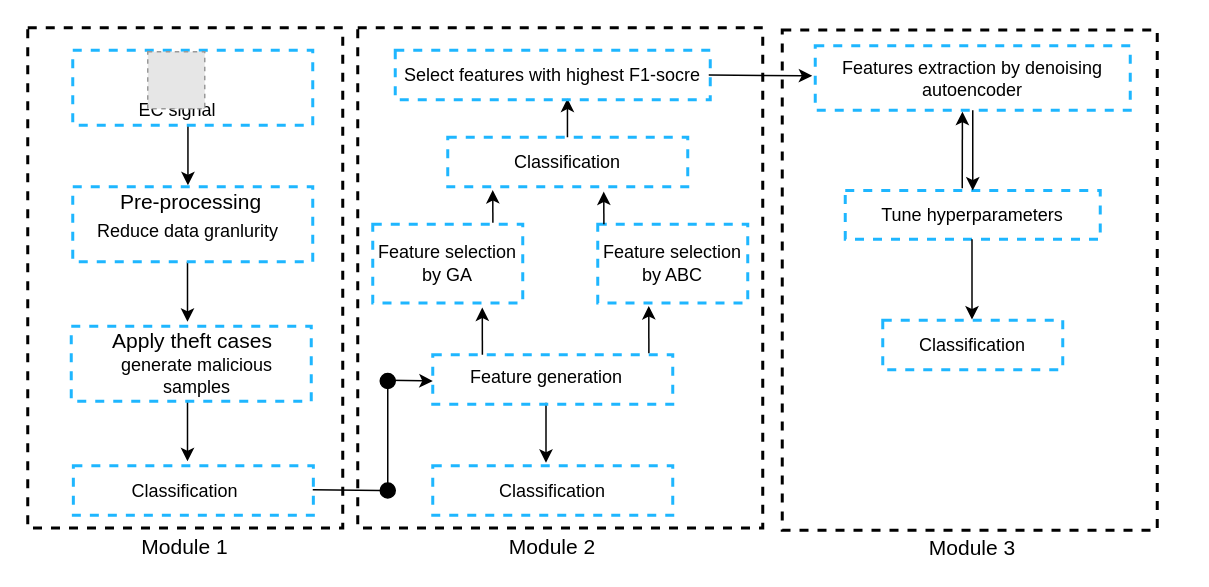
Earlier version of the draw.io diagram j2_systemModel.drawio (Faisalse/j1_smartgrid). Source tidied: cells renumbered, new cells numbered last; positions are measured from the earlier drawing's top-left corner, leaving out a move shared by most shapes. Both pictures are drawn from the tidied source at 150%, with x=0, y=0 at pixel (27, 27). Pictures stored in the file or linked from it are replaced by grey dashed boxes.
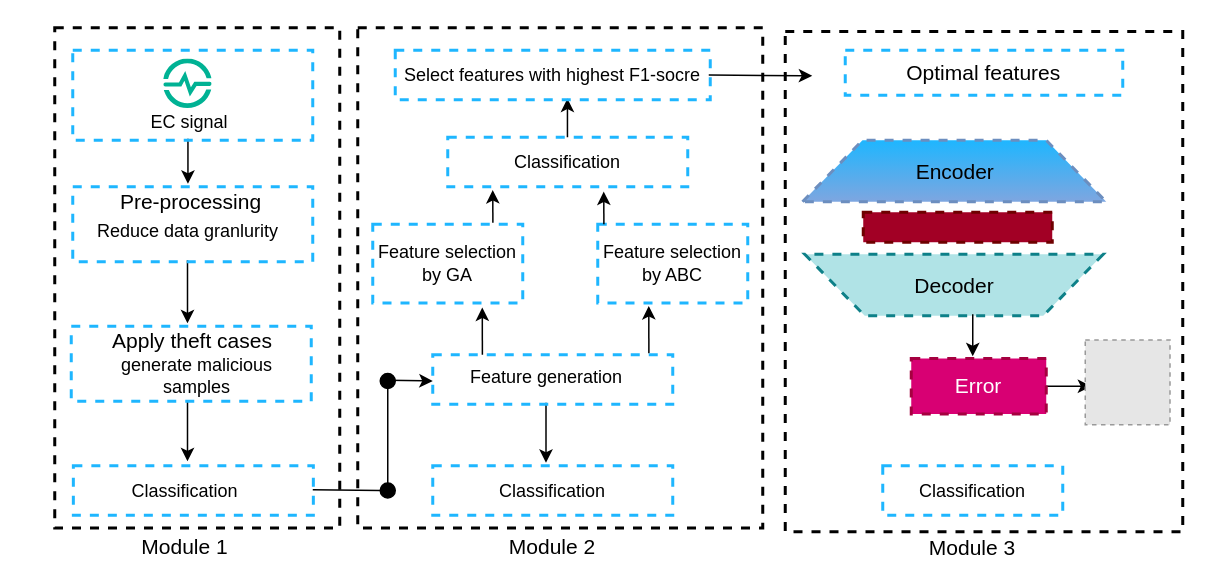
After the change.

What changed in the source:
```diff
@@
+    <mxCell id="4" style="rounded=0;whiteSpace=wrap;html=1;strokeWidth=2;fillColor=none;dashed=1;" parent="1" vertex="1">
+      <mxGeometry x="505" y="2.5" width="265" height="333.5" as="geometry" />
+    </mxCell>
+    <mxCell id="49" style="endArrow=classic;html=1;" parent="1" edge="1">
+      <mxGeometry relative="1" as="geometry">
+        <mxPoint x="674" y="239" as="sourcePoint" />
+        <mxPoint x="709" y="239" as="targetPoint" />
+      </mxGeometry>
+    </mxCell>
     <mxCell id="2" style="rounded=0;whiteSpace=wrap;html=1;strokeWidth=2;fillColor=none;dashed=1;" parent="1" vertex="1">
-      <mxGeometry width="210" height="333.5" as="geometry" />
+      <mxGeometry x="18" width="190" height="333.5" as="geometry" />
     </mxCell>
+    <mxCell id="8" style="endArrow=classic;html=1;" parent="1" edge="1">
+      <mxGeometry relative="1" as="geometry">
+        <mxPoint x="106.8" y="74" as="sourcePoint" />
+        <mxPoint x="106.8" y="104" as="targetPoint" />
+      </mxGeometry>
+    </mxCell>
@@
-    <mxCell id="4" style="rounded=0;whiteSpace=wrap;html=1;strokeWidth=2;fillColor=none;dashed=1;" parent="1" vertex="1">
-      <mxGeometry x="503" y="1.5" width="250" height="333.5" as="geometry" />
-    </mxCell>
@@
-    <mxCell id="8" style="endArrow=classic;html=1;" parent="1" edge="1">
-      <mxGeometry relative="1" as="geometry">
-        <mxPoint x="106.8" y="65" as="sourcePoint" />
-        <mxPoint x="106.8" y="105" as="targetPoint" />
-      </mxGeometry>
-    </mxCell>
     <mxCell id="9" style="endArrow=classic;html=1;" parent="1" edge="1">
       <mxGeometry relative="1" as="geometry">
-        <mxPoint x="106.5" y="156" as="sourcePoint" />
-        <mxPoint x="106.5" y="196" as="targetPoint" />
+        <mxPoint x="106.5" y="155" as="sourcePoint" />
+        <mxPoint x="106.5" y="197" as="targetPoint" />
       </mxGeometry>
     </mxCell>
@@
     <mxCell id="12" style="rounded=0;whiteSpace=wrap;html=1;dashed=1;strokeWidth=2;fillColor=none;strokeColor=#1EB6FF;" parent="1" vertex="1">
-      <mxGeometry x="30" y="15" width="160" height="50" as="geometry" />
+      <mxGeometry x="30" y="15" width="160" height="60" as="geometry" />
     </mxCell>
     <mxCell id="13" value="EC signal" style="text;html=1;strokeColor=none;fillColor=none;align=center;verticalAlign=middle;whiteSpace=wrap;rounded=0;dashed=1;" parent="1" vertex="1">
-      <mxGeometry x="65" y="45" width="70" height="20" as="geometry" />
+      <mxGeometry x="73" y="53" width="70" height="20" as="geometry" />
     </mxCell>
-    <mxCell id="14" style="fillColor=#E6E6E6;strokeColor=#999999;dashed=1;html=1;verticalAlign=top;verticalLabelPosition=bottom;labelBackgroundColor=#ffffff;" parent="1" vertex="1">
-      <mxGeometry x="80" y="16" width="38" height="38" as="geometry" />
-    </mxCell>
@@
-    <mxCell id="39" value="Features extraction by denoising autoencoder" style="rounded=0;whiteSpace=wrap;html=1;dashed=1;strokeWidth=2;fillColor=none;strokeColor=#1EB6FF;" parent="1" vertex="1">
-      <mxGeometry x="525" y="12" width="210" height="43" as="geometry" />
+    <mxCell id="39" value="&lt;span style=&quot;font-size: 14px&quot;&gt;Optimal features&lt;/span&gt;" style="rounded=0;whiteSpace=wrap;html=1;dashed=1;strokeWidth=2;fillColor=none;strokeColor=#1EB6FF;" parent="1" vertex="1">
+      <mxGeometry x="545" y="15" width="185" height="30" as="geometry" />
     </mxCell>
-    <mxCell id="40" value="Tune hyperparameters" style="rounded=0;whiteSpace=wrap;html=1;dashed=1;strokeWidth=2;fillColor=none;strokeColor=#1EB6FF;" parent="1" vertex="1">
-      <mxGeometry x="545" y="108.5" width="170" height="32.5" as="geometry" />
-    </mxCell>
     <mxCell id="41" value="Classification" style="rounded=0;whiteSpace=wrap;html=1;dashed=1;strokeWidth=2;fillColor=none;strokeColor=#1EB6FF;" parent="1" vertex="1">
-      <mxGeometry x="570" y="195" width="120" height="33" as="geometry" />
+      <mxGeometry x="570" y="292" width="120" height="33" as="geometry" />
     </mxCell>
-    <mxCell id="42" style="endArrow=classic;html=1;entryX=0.5;entryY=0;entryDx=0;entryDy=0;" parent="1" edge="1" source="39" target="40">
-      <mxGeometry relative="1" as="geometry" />
-    </mxCell>
-    <mxCell id="43" style="endArrow=classic;html=1;entryX=0.5;entryY=0;entryDx=0;entryDy=0;" parent="1" edge="1">
-      <mxGeometry relative="1" as="geometry">
-        <mxPoint x="629.5" y="141" as="sourcePoint" />
-        <mxPoint x="629.5" y="194.5" as="targetPoint" />
-      </mxGeometry>
-    </mxCell>
@@
-    <mxCell id="48" style="endArrow=classic;html=1;entryX=0.467;entryY=1.116;entryDx=0;entryDy=0;entryPerimeter=0;" parent="1" edge="1">
-      <mxGeometry relative="1" as="geometry">
-        <mxPoint x="623" y="107" as="sourcePoint" />
-        <mxPoint x="623.1" y="56" as="targetPoint" />
-      </mxGeometry>
-    </mxCell>
+    <mxCell id="50" style="html=1;align=center;image;fontSize=12;image=img/lib/mscae/Time_Series_Insights_environments.svg;dashed=1;strokeColor=#000000;strokeWidth=2;fillColor=#000000;" parent="1" vertex="1">
+      <mxGeometry x="90.8" y="21" width="32.3" height="33" as="geometry" />
+    </mxCell>
+    <mxCell id="51" value="&lt;font style=&quot;font-size: 14px&quot;&gt;Encoder&lt;/font&gt;" style="shape=trapezoid;perimeter=trapezoidPerimeter;whiteSpace=wrap;html=1;fixedSize=1;dashed=1;strokeColor=#6c8ebf;strokeWidth=2;size=40;gradientColor=#7ea6e0;fillColor=#1EB6FF;" parent="1" vertex="1">
+      <mxGeometry x="516.5" y="75" width="202.5" height="41" as="geometry" />
+    </mxCell>
+    <mxCell id="52" style="shape=trapezoid;perimeter=trapezoidPerimeter;whiteSpace=wrap;html=1;fixedSize=1;dashed=1;strokeWidth=2;fillColor=#b0e3e6;size=40;rotation=-180;strokeColor=#0e8088;" parent="1" vertex="1">
+      <mxGeometry x="518" y="151" width="199" height="41" as="geometry" />
+    </mxCell>
+    <mxCell id="53" style="rounded=0;whiteSpace=wrap;html=1;dashed=1;strokeColor=#6F0000;strokeWidth=2;fillColor=#a20025;fontColor=#ffffff;" parent="1" vertex="1">
+      <mxGeometry x="557" y="123" width="126" height="20" as="geometry" />
+    </mxCell>
+    <mxCell id="54" value="&lt;font style=&quot;font-size: 14px&quot;&gt;Decoder&lt;/font&gt;" style="text;html=1;strokeColor=none;fillColor=none;align=center;verticalAlign=middle;whiteSpace=wrap;rounded=0;dashed=1;" parent="1" vertex="1">
+      <mxGeometry x="597.8" y="161.5" width="40" height="20" as="geometry" />
+    </mxCell>
+    <mxCell id="55" style="fillColor=#E6E6E6;strokeColor=#999999;dashed=1;html=1;verticalAlign=top;verticalLabelPosition=bottom;labelBackgroundColor=#ffffff;" parent="1" vertex="1">
+      <mxGeometry x="705" y="208.2" width="56.5" height="56.5" as="geometry" />
+    </mxCell>
+    <mxCell id="56" style="endArrow=classic;html=1;exitX=0.437;exitY=-0.146;exitDx=0;exitDy=0;exitPerimeter=0;" parent="1" edge="1">
+      <mxGeometry relative="1" as="geometry">
+        <mxPoint x="630" y="191" as="sourcePoint" />
+        <mxPoint x="630" y="219" as="targetPoint" />
+      </mxGeometry>
+    </mxCell>
+    <mxCell id="57" value="&lt;font style=&quot;font-size: 14px&quot;&gt;Error&lt;/font&gt;" style="rounded=0;whiteSpace=wrap;html=1;dashed=1;strokeColor=#A50040;strokeWidth=2;fillColor=#d80073;fontColor=#ffffff;" parent="1" vertex="1">
+      <mxGeometry x="589" y="220.5" width="90" height="37" as="geometry" />
+    </mxCell>
```
